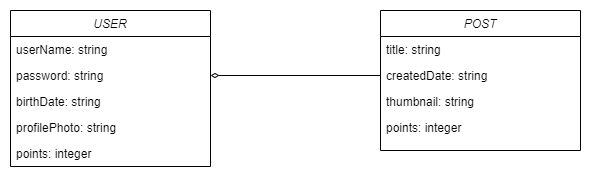
The draw.io diagram TravelGuideUML.png in UDG-TravelGuide/travel-guide-user-api, before a commit. Source tidied: cells renumbered, new cells last; positions are measured from the earlier drawing's top-left corner, leaving out a move shared by most shapes. Its diagram source:
```xml
<mxGraphModel>
  <root>
    <mxCell id="0" />
    <mxCell id="1" parent="0" />
    <mxCell id="2" value="USER" style="swimlane;fontStyle=2;align=center;verticalAlign=top;horizontal=1;startSize=26;rounded=0;shadow=0;strokeWidth=1;" parent="1" vertex="1">
      <mxGeometry width="200" height="156" as="geometry" />
    </mxCell>
    <mxCell id="3" value="userName: string" style="text;align=left;verticalAlign=top;spacingLeft=4;spacingRight=4;overflow=hidden;" parent="2" vertex="1">
      <mxGeometry y="26" width="200" height="26" as="geometry" />
    </mxCell>
    <mxCell id="4" value="password: string" style="text;align=left;verticalAlign=top;spacingLeft=4;spacingRight=4;overflow=hidden;points=[[0,0.5],[1,0.5]];portConstraint=eastwest;rounded=0;shadow=0;html=0;" parent="2" vertex="1">
      <mxGeometry y="52" width="200" height="26" as="geometry" />
    </mxCell>
    <mxCell id="5" value="birthDate: string" style="text;align=left;verticalAlign=top;spacingLeft=4;spacingRight=4;overflow=hidden;rounded=0;shadow=0;html=0;" parent="2" vertex="1">
      <mxGeometry y="78" width="200" height="26" as="geometry" />
    </mxCell>
    <mxCell id="6" value="profilePhoto: string" style="text;align=left;verticalAlign=top;spacingLeft=4;spacingRight=4;overflow=hidden;rounded=0;shadow=0;html=0;" parent="2" vertex="1">
      <mxGeometry y="104" width="200" height="26" as="geometry" />
    </mxCell>
    <mxCell id="7" value="points: integer" style="text;align=left;verticalAlign=top;spacingLeft=4;spacingRight=4;overflow=hidden;rounded=0;shadow=0;html=0;" parent="2" vertex="1">
      <mxGeometry y="130" width="200" height="26" as="geometry" />
    </mxCell>
    <mxCell id="8" value="POST" style="swimlane;fontStyle=2;align=center;verticalAlign=top;horizontal=1;startSize=26;rounded=0;shadow=0;strokeWidth=1;" parent="1" vertex="1">
      <mxGeometry x="370" width="200" height="140" as="geometry" />
    </mxCell>
    <mxCell id="9" value="title: string" style="text;align=left;verticalAlign=top;spacingLeft=4;spacingRight=4;overflow=hidden;" parent="8" vertex="1">
      <mxGeometry y="26" width="200" height="26" as="geometry" />
    </mxCell>
    <mxCell id="10" value="createdDate: string" style="text;align=left;verticalAlign=top;spacingLeft=4;spacingRight=4;overflow=hidden;points=[[0,0.5],[1,0.5]];portConstraint=eastwest;rounded=0;shadow=0;html=0;" parent="8" vertex="1">
      <mxGeometry y="52" width="200" height="26" as="geometry" />
    </mxCell>
    <mxCell id="11" value="thumbnail: string" style="text;align=left;verticalAlign=top;spacingLeft=4;spacingRight=4;overflow=hidden;rounded=0;shadow=0;html=0;" parent="8" vertex="1">
      <mxGeometry y="78" width="200" height="26" as="geometry" />
    </mxCell>
    <mxCell id="12" value="points: integer" style="text;align=left;verticalAlign=top;spacingLeft=4;spacingRight=4;overflow=hidden;rounded=0;shadow=0;html=0;" parent="8" vertex="1">
      <mxGeometry y="104" width="200" height="26" as="geometry" />
    </mxCell>
    <mxCell id="13" style="edgeStyle=orthogonalEdgeStyle;rounded=0;jettySize=auto;html=1;startArrow=diamondThin;startFill=0;sourcePerimeterSpacing=5;targetPerimeterSpacing=9;endArrow=none;endFill=0;jumpSize=14;strokeWidth=1;endSize=10;entryX=0;entryY=0.5;entryDx=0;entryDy=0;" parent="1" edge="1" target="10">
      <mxGeometry relative="1" as="geometry">
        <mxPoint x="200" y="65" as="sourcePoint" />
        <Array as="points">
          <mxPoint x="200" y="65" />
        </Array>
      </mxGeometry>
    </mxCell>
  </root>
</mxGraphModel>
```
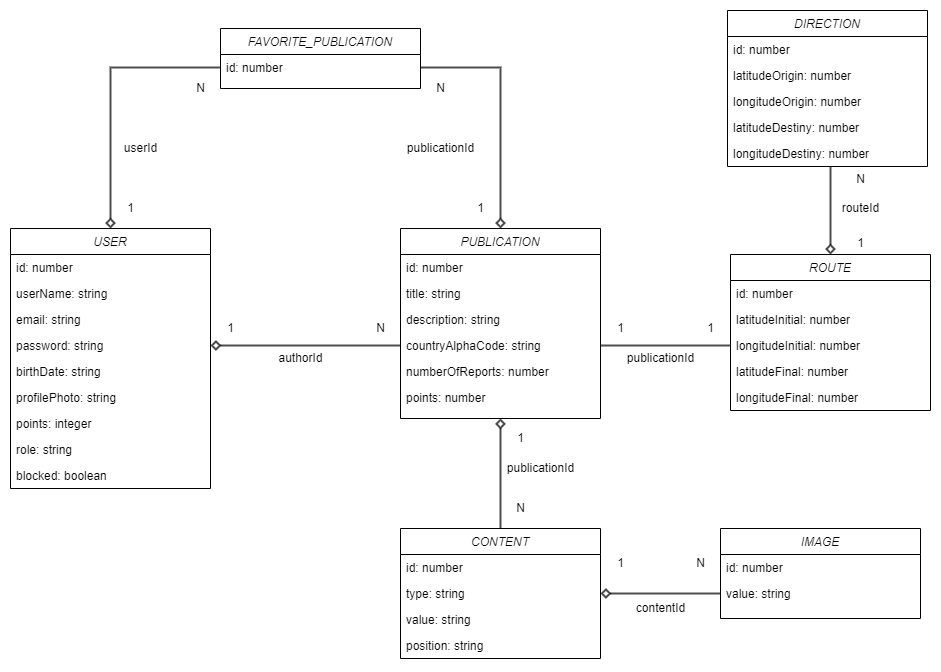
After the commit.

Commit message:
Actualitzar diagrama UML

Diff of the diagram source:
```diff
@@ -3,45 +3,205 @@
     <mxCell id="0" />
     <mxCell id="1" parent="0" />
     <mxCell id="2" value="USER" style="swimlane;fontStyle=2;align=center;verticalAlign=top;horizontal=1;startSize=26;rounded=0;shadow=0;strokeWidth=1;" parent="1" vertex="1">
-      <mxGeometry width="200" height="156" as="geometry" />
+      <mxGeometry width="200" height="260" as="geometry" />
     </mxCell>
+    <mxCell id="14" value="id: number" style="text;align=left;verticalAlign=top;spacingLeft=4;spacingRight=4;overflow=hidden;" parent="2" vertex="1">
+      <mxGeometry y="26" width="200" height="26" as="geometry" />
+    </mxCell>
     <mxCell id="3" value="userName: string" style="text;align=left;verticalAlign=top;spacingLeft=4;spacingRight=4;overflow=hidden;" parent="2" vertex="1">
-      <mxGeometry y="26" width="200" height="26" as="geometry" />
+      <mxGeometry y="52" width="200" height="26" as="geometry" />
     </mxCell>
+    <mxCell id="15" value="email: string" style="text;align=left;verticalAlign=top;spacingLeft=4;spacingRight=4;overflow=hidden;" parent="2" vertex="1">
+      <mxGeometry y="78" width="200" height="26" as="geometry" />
+    </mxCell>
     <mxCell id="4" value="password: string" style="text;align=left;verticalAlign=top;spacingLeft=4;spacingRight=4;overflow=hidden;points=[[0,0.5],[1,0.5]];portConstraint=eastwest;rounded=0;shadow=0;html=0;" parent="2" vertex="1">
-      <mxGeometry y="52" width="200" height="26" as="geometry" />
+      <mxGeometry y="104" width="200" height="26" as="geometry" />
     </mxCell>
     <mxCell id="5" value="birthDate: string" style="text;align=left;verticalAlign=top;spacingLeft=4;spacingRight=4;overflow=hidden;rounded=0;shadow=0;html=0;" parent="2" vertex="1">
-      <mxGeometry y="78" width="200" height="26" as="geometry" />
+      <mxGeometry y="130" width="200" height="26" as="geometry" />
     </mxCell>
     <mxCell id="6" value="profilePhoto: string" style="text;align=left;verticalAlign=top;spacingLeft=4;spacingRight=4;overflow=hidden;rounded=0;shadow=0;html=0;" parent="2" vertex="1">
-      <mxGeometry y="104" width="200" height="26" as="geometry" />
+      <mxGeometry y="156" width="200" height="26" as="geometry" />
     </mxCell>
     <mxCell id="7" value="points: integer" style="text;align=left;verticalAlign=top;spacingLeft=4;spacingRight=4;overflow=hidden;rounded=0;shadow=0;html=0;" parent="2" vertex="1">
-      <mxGeometry y="130" width="200" height="26" as="geometry" />
+      <mxGeometry y="182" width="200" height="26" as="geometry" />
     </mxCell>
-    <mxCell id="8" value="POST" style="swimlane;fontStyle=2;align=center;verticalAlign=top;horizontal=1;startSize=26;rounded=0;shadow=0;strokeWidth=1;" parent="1" vertex="1">
-      <mxGeometry x="370" width="200" height="140" as="geometry" />
-    </mxCell>
+    <mxCell id="16" value="role: string" style="text;align=left;verticalAlign=top;spacingLeft=4;spacingRight=4;overflow=hidden;rounded=0;shadow=0;html=0;" parent="2" vertex="1">
+      <mxGeometry y="208" width="200" height="26" as="geometry" />
+    </mxCell>
+    <mxCell id="17" value="blocked: boolean" style="text;align=left;verticalAlign=top;spacingLeft=4;spacingRight=4;overflow=hidden;rounded=0;shadow=0;html=0;" parent="2" vertex="1">
+      <mxGeometry y="234" width="200" height="26" as="geometry" />
+    </mxCell>
+    <mxCell id="18" style="edgeStyle=orthogonalEdgeStyle;rounded=0;jumpSize=3;jettySize=auto;html=1;exitX=0.5;exitY=1;exitDx=0;exitDy=0;entryX=0.5;entryY=0;entryDx=0;entryDy=0;startArrow=diamond;startFill=0;endArrow=none;endFill=0;endSize=2;targetPerimeterSpacing=0;strokeWidth=2;opacity=70;" parent="1" edge="1" source="19" target="29">
+      <mxGeometry relative="1" as="geometry" />
+    </mxCell>
+    <mxCell id="19" value="PUBLICATION" style="swimlane;fontStyle=2;align=center;verticalAlign=top;horizontal=1;startSize=26;rounded=0;shadow=0;strokeWidth=1;" parent="1" vertex="1">
+      <mxGeometry x="390" width="200" height="190" as="geometry" />
+    </mxCell>
+    <mxCell id="20" value="id: number" style="text;align=left;verticalAlign=top;spacingLeft=4;spacingRight=4;overflow=hidden;" parent="19" vertex="1">
+      <mxGeometry y="26" width="200" height="26" as="geometry" />
+    </mxCell>
-    <mxCell id="9" value="title: string" style="text;align=left;verticalAlign=top;spacingLeft=4;spacingRight=4;overflow=hidden;" parent="8" vertex="1">
-      <mxGeometry y="26" width="200" height="26" as="geometry" />
+    <mxCell id="9" value="title: string" style="text;align=left;verticalAlign=top;spacingLeft=4;spacingRight=4;overflow=hidden;" parent="19" vertex="1">
+      <mxGeometry y="52" width="200" height="26" as="geometry" />
     </mxCell>
-    <mxCell id="10" value="createdDate: string" style="text;align=left;verticalAlign=top;spacingLeft=4;spacingRight=4;overflow=hidden;points=[[0,0.5],[1,0.5]];portConstraint=eastwest;rounded=0;shadow=0;html=0;" parent="8" vertex="1">
-      <mxGeometry y="52" width="200" height="26" as="geometry" />
-    </mxCell>
-    <mxCell id="11" value="thumbnail: string" style="text;align=left;verticalAlign=top;spacingLeft=4;spacingRight=4;overflow=hidden;rounded=0;shadow=0;html=0;" parent="8" vertex="1">
-      <mxGeometry y="78" width="200" height="26" as="geometry" />
-    </mxCell>
-    <mxCell id="12" value="points: integer" style="text;align=left;verticalAlign=top;spacingLeft=4;spacingRight=4;overflow=hidden;rounded=0;shadow=0;html=0;" parent="8" vertex="1">
-      <mxGeometry y="104" width="200" height="26" as="geometry" />
-    </mxCell>
-    <mxCell id="13" style="edgeStyle=orthogonalEdgeStyle;rounded=0;jettySize=auto;html=1;startArrow=diamondThin;startFill=0;sourcePerimeterSpacing=5;targetPerimeterSpacing=9;endArrow=none;endFill=0;jumpSize=14;strokeWidth=1;endSize=10;entryX=0;entryY=0.5;entryDx=0;entryDy=0;" parent="1" edge="1" target="10">
-      <mxGeometry relative="1" as="geometry">
-        <mxPoint x="200" y="65" as="sourcePoint" />
-        <Array as="points">
-          <mxPoint x="200" y="65" />
-        </Array>
-      </mxGeometry>
-    </mxCell>
+    <mxCell id="21" value="description: string" style="text;align=left;verticalAlign=top;spacingLeft=4;spacingRight=4;overflow=hidden;" parent="19" vertex="1">
+      <mxGeometry y="78" width="200" height="26" as="geometry" />
+    </mxCell>
+    <mxCell id="22" value="countryAlphaCode: string" style="text;align=left;verticalAlign=top;spacingLeft=4;spacingRight=4;overflow=hidden;points=[[0,0.5],[1,0.5]];portConstraint=eastwest;rounded=0;shadow=0;html=0;" parent="19" vertex="1">
+      <mxGeometry y="104" width="200" height="26" as="geometry" />
+    </mxCell>
+    <mxCell id="23" value="numberOfReports: number" style="text;align=left;verticalAlign=top;spacingLeft=4;spacingRight=4;overflow=hidden;rounded=0;shadow=0;html=0;" parent="19" vertex="1">
+      <mxGeometry y="130" width="200" height="26" as="geometry" />
+    </mxCell>
+    <mxCell id="24" value="points: number" style="text;align=left;verticalAlign=top;spacingLeft=4;spacingRight=4;overflow=hidden;rounded=0;shadow=0;html=0;" parent="19" vertex="1">
+      <mxGeometry y="156" width="200" height="26" as="geometry" />
+    </mxCell>
+    <mxCell id="25" style="edgeStyle=orthogonalEdgeStyle;rounded=0;jettySize=auto;html=1;exitX=1;exitY=0.5;exitDx=0;exitDy=0;entryX=0;entryY=0.5;entryDx=0;entryDy=0;endArrow=none;endFill=0;startArrow=diamond;startFill=0;targetPerimeterSpacing=0;endSize=2;strokeWidth=2;jumpSize=3;opacity=70;" parent="1" edge="1" source="4" target="22">
+      <mxGeometry relative="1" as="geometry" />
+    </mxCell>
+    <mxCell id="26" value="1" style="text;html=1;align=center;verticalAlign=middle;strokeColor=none;fillColor=none;" parent="1" vertex="1">
+      <mxGeometry x="210" y="90" width="20" height="20" as="geometry" />
+    </mxCell>
+    <mxCell id="27" value="N" style="text;html=1;align=center;verticalAlign=middle;strokeColor=none;fillColor=none;" parent="1" vertex="1">
+      <mxGeometry x="360" y="90" width="20" height="20" as="geometry" />
+    </mxCell>
+    <mxCell id="28" value="authorId" style="text;html=1;align=center;verticalAlign=middle;strokeColor=none;fillColor=none;" parent="1" vertex="1">
+      <mxGeometry x="260" y="120" width="60" height="20" as="geometry" />
+    </mxCell>
+    <mxCell id="29" value="CONTENT" style="swimlane;fontStyle=2;align=center;verticalAlign=top;horizontal=1;startSize=26;rounded=0;shadow=0;strokeWidth=1;" parent="1" vertex="1">
+      <mxGeometry x="390" y="300" width="200" height="130" as="geometry" />
+    </mxCell>
+    <mxCell id="30" value="id: number" style="text;align=left;verticalAlign=top;spacingLeft=4;spacingRight=4;overflow=hidden;" parent="29" vertex="1">
+      <mxGeometry y="26" width="200" height="26" as="geometry" />
+    </mxCell>
+    <mxCell id="31" value="type: string" style="text;align=left;verticalAlign=top;spacingLeft=4;spacingRight=4;overflow=hidden;points=[[0,0.5],[1,0.5]];portConstraint=eastwest;" parent="29" vertex="1">
+      <mxGeometry y="52" width="200" height="26" as="geometry" />
+    </mxCell>
+    <mxCell id="32" value="value: string" style="text;align=left;verticalAlign=top;spacingLeft=4;spacingRight=4;overflow=hidden;" parent="29" vertex="1">
+      <mxGeometry y="78" width="200" height="26" as="geometry" />
+    </mxCell>
+    <mxCell id="33" value="position: string" style="text;align=left;verticalAlign=top;spacingLeft=4;spacingRight=4;overflow=hidden;rounded=0;shadow=0;html=0;" parent="29" vertex="1">
+      <mxGeometry y="104" width="200" height="26" as="geometry" />
+    </mxCell>
+    <mxCell id="34" value="1" style="text;html=1;align=center;verticalAlign=middle;strokeColor=none;fillColor=none;" parent="1" vertex="1">
+      <mxGeometry x="500" y="200" width="20" height="20" as="geometry" />
+    </mxCell>
+    <mxCell id="35" value="N" style="text;html=1;align=center;verticalAlign=middle;strokeColor=none;fillColor=none;" parent="1" vertex="1">
+      <mxGeometry x="500" y="270" width="20" height="20" as="geometry" />
+    </mxCell>
+    <mxCell id="36" value="publicationId" style="text;html=1;align=center;verticalAlign=middle;strokeColor=none;fillColor=none;" parent="1" vertex="1">
+      <mxGeometry x="490" y="230" width="80" height="20" as="geometry" />
+    </mxCell>
+    <mxCell id="37" value="FAVORITE_PUBLICATION" style="swimlane;fontStyle=2;align=center;verticalAlign=top;horizontal=1;startSize=26;rounded=0;shadow=0;strokeWidth=1;" parent="1" vertex="1">
+      <mxGeometry x="210" y="-200" width="200" height="60" as="geometry" />
+    </mxCell>
+    <mxCell id="38" value="id: number" style="text;align=left;verticalAlign=top;spacingLeft=4;spacingRight=4;overflow=hidden;points=[[0,0.5],[1,0.5]];portConstraint=eastwest;" parent="37" vertex="1">
+      <mxGeometry y="26" width="200" height="26" as="geometry" />
+    </mxCell>
+    <mxCell id="39" value="1" style="text;html=1;align=center;verticalAlign=middle;strokeColor=none;fillColor=none;" parent="1" vertex="1">
+      <mxGeometry x="110" y="-30" width="20" height="20" as="geometry" />
+    </mxCell>
+    <mxCell id="40" value="N" style="text;html=1;align=center;verticalAlign=middle;strokeColor=none;fillColor=none;" parent="1" vertex="1">
+      <mxGeometry x="180" y="-150" width="20" height="20" as="geometry" />
+    </mxCell>
+    <mxCell id="41" value="userId" style="text;html=1;align=center;verticalAlign=middle;strokeColor=none;fillColor=none;" parent="1" vertex="1">
+      <mxGeometry x="105" y="-90" width="50" height="20" as="geometry" />
+    </mxCell>
+    <mxCell id="42" style="edgeStyle=orthogonalEdgeStyle;rounded=0;jettySize=auto;html=1;exitX=0.5;exitY=0;exitDx=0;exitDy=0;entryX=0;entryY=0.5;entryDx=0;entryDy=0;endArrow=none;endFill=0;startArrow=diamond;startFill=0;targetPerimeterSpacing=0;endSize=2;strokeWidth=2;jumpSize=3;opacity=70;" parent="1" edge="1" source="2" target="38">
+      <mxGeometry relative="1" as="geometry" />
+    </mxCell>
+    <mxCell id="43" style="edgeStyle=orthogonalEdgeStyle;rounded=0;jettySize=auto;html=1;exitX=0.5;exitY=0;exitDx=0;exitDy=0;entryX=1;entryY=0.5;entryDx=0;entryDy=0;endArrow=none;endFill=0;startArrow=diamond;startFill=0;targetPerimeterSpacing=0;endSize=2;strokeWidth=2;jumpSize=3;opacity=70;" parent="1" edge="1" source="19" target="38">
+      <mxGeometry relative="1" as="geometry" />
+    </mxCell>
+    <mxCell id="44" value="1" style="text;html=1;align=center;verticalAlign=middle;strokeColor=none;fillColor=none;" parent="1" vertex="1">
+      <mxGeometry x="460" y="-30" width="20" height="20" as="geometry" />
+    </mxCell>
+    <mxCell id="45" value="N" style="text;html=1;align=center;verticalAlign=middle;strokeColor=none;fillColor=none;" parent="1" vertex="1">
+      <mxGeometry x="420" y="-150" width="20" height="20" as="geometry" />
+    </mxCell>
+    <mxCell id="46" value="publicationId" style="text;html=1;align=center;verticalAlign=middle;strokeColor=none;fillColor=none;" parent="1" vertex="1">
+      <mxGeometry x="390" y="-90" width="80" height="20" as="geometry" />
+    </mxCell>
+    <mxCell id="47" value="IMAGE" style="swimlane;fontStyle=2;align=center;verticalAlign=top;horizontal=1;startSize=26;rounded=0;shadow=0;strokeWidth=1;" parent="1" vertex="1">
+      <mxGeometry x="710" y="300" width="200" height="90" as="geometry" />
+    </mxCell>
+    <mxCell id="48" value="id: number" style="text;align=left;verticalAlign=top;spacingLeft=4;spacingRight=4;overflow=hidden;" parent="47" vertex="1">
+      <mxGeometry y="26" width="200" height="26" as="geometry" />
+    </mxCell>
+    <mxCell id="49" value="value: string" style="text;align=left;verticalAlign=top;spacingLeft=4;spacingRight=4;overflow=hidden;points=[[0,0.5],[1,0.5]];portConstraint=eastwest;" parent="47" vertex="1">
+      <mxGeometry y="52" width="200" height="26" as="geometry" />
+    </mxCell>
+    <mxCell id="50" style="edgeStyle=orthogonalEdgeStyle;rounded=0;jumpSize=3;jettySize=auto;html=1;exitX=1;exitY=0.5;exitDx=0;exitDy=0;entryX=0;entryY=0.5;entryDx=0;entryDy=0;startArrow=diamond;startFill=0;endArrow=none;endFill=0;endSize=2;targetPerimeterSpacing=0;strokeWidth=2;opacity=70;" parent="1" edge="1" source="31" target="49">
+      <mxGeometry relative="1" as="geometry" />
+    </mxCell>
+    <mxCell id="51" value="1" style="text;html=1;align=center;verticalAlign=middle;strokeColor=none;fillColor=none;" parent="1" vertex="1">
+      <mxGeometry x="600" y="325" width="20" height="20" as="geometry" />
+    </mxCell>
+    <mxCell id="52" value="N" style="text;html=1;align=center;verticalAlign=middle;strokeColor=none;fillColor=none;" parent="1" vertex="1">
+      <mxGeometry x="680" y="325" width="20" height="20" as="geometry" />
+    </mxCell>
+    <mxCell id="53" value="contentId" style="text;html=1;align=center;verticalAlign=middle;strokeColor=none;fillColor=none;" parent="1" vertex="1">
+      <mxGeometry x="620" y="370" width="60" height="20" as="geometry" />
+    </mxCell>
+    <mxCell id="54" value="ROUTE" style="swimlane;fontStyle=2;align=center;verticalAlign=top;horizontal=1;startSize=26;rounded=0;shadow=0;strokeWidth=1;" parent="1" vertex="1">
+      <mxGeometry x="720" y="26" width="200" height="156" as="geometry" />
+    </mxCell>
+    <mxCell id="55" value="id: number" style="text;align=left;verticalAlign=top;spacingLeft=4;spacingRight=4;overflow=hidden;" parent="54" vertex="1">
+      <mxGeometry y="26" width="200" height="26" as="geometry" />
+    </mxCell>
+    <mxCell id="56" value="latitudeInitial: number" style="text;align=left;verticalAlign=top;spacingLeft=4;spacingRight=4;overflow=hidden;" parent="54" vertex="1">
+      <mxGeometry y="52" width="200" height="26" as="geometry" />
+    </mxCell>
+    <mxCell id="57" value="longitudeInitial: number" style="text;align=left;verticalAlign=top;spacingLeft=4;spacingRight=4;overflow=hidden;points=[[0,0.5],[1,0.5]];portConstraint=eastwest;" parent="54" vertex="1">
+      <mxGeometry y="78" width="200" height="26" as="geometry" />
+    </mxCell>
+    <mxCell id="58" value="latitudeFinal: number" style="text;align=left;verticalAlign=top;spacingLeft=4;spacingRight=4;overflow=hidden;rounded=0;shadow=0;html=0;" parent="54" vertex="1">
+      <mxGeometry y="104" width="200" height="26" as="geometry" />
+    </mxCell>
+    <mxCell id="59" value="longitudeFinal: number" style="text;align=left;verticalAlign=top;spacingLeft=4;spacingRight=4;overflow=hidden;rounded=0;shadow=0;html=0;" parent="54" vertex="1">
+      <mxGeometry y="130" width="200" height="26" as="geometry" />
+    </mxCell>
+    <mxCell id="60" value="1" style="text;html=1;align=center;verticalAlign=middle;strokeColor=none;fillColor=none;" parent="1" vertex="1">
+      <mxGeometry x="600" y="90" width="20" height="20" as="geometry" />
+    </mxCell>
+    <mxCell id="61" value="1" style="text;html=1;align=center;verticalAlign=middle;strokeColor=none;fillColor=none;" parent="1" vertex="1">
+      <mxGeometry x="690" y="90" width="20" height="20" as="geometry" />
+    </mxCell>
+    <mxCell id="62" style="edgeStyle=orthogonalEdgeStyle;rounded=0;jumpSize=3;jettySize=auto;html=1;exitX=1;exitY=0.5;exitDx=0;exitDy=0;startArrow=none;startFill=0;endArrow=none;endFill=0;endSize=2;targetPerimeterSpacing=0;strokeWidth=2;opacity=70;" parent="1" edge="1" source="22" target="57">
+      <mxGeometry relative="1" as="geometry" />
+    </mxCell>
+    <mxCell id="63" value="publicationId" style="text;html=1;align=center;verticalAlign=middle;strokeColor=none;fillColor=none;" parent="1" vertex="1">
+      <mxGeometry x="610" y="120" width="80" height="20" as="geometry" />
+    </mxCell>
+    <mxCell id="64" value="DIRECTION" style="swimlane;fontStyle=2;align=center;verticalAlign=top;horizontal=1;startSize=26;rounded=0;shadow=0;strokeWidth=1;" parent="1" vertex="1">
+      <mxGeometry x="717" y="-218" width="200" height="156" as="geometry" />
+    </mxCell>
+    <mxCell id="65" value="id: number" style="text;align=left;verticalAlign=top;spacingLeft=4;spacingRight=4;overflow=hidden;" parent="64" vertex="1">
+      <mxGeometry y="26" width="200" height="26" as="geometry" />
+    </mxCell>
+    <mxCell id="66" value="latitudeOrigin: number" style="text;align=left;verticalAlign=top;spacingLeft=4;spacingRight=4;overflow=hidden;" parent="64" vertex="1">
+      <mxGeometry y="52" width="200" height="26" as="geometry" />
+    </mxCell>
+    <mxCell id="67" value="longitudeOrigin: number" style="text;align=left;verticalAlign=top;spacingLeft=4;spacingRight=4;overflow=hidden;" parent="64" vertex="1">
+      <mxGeometry y="78" width="200" height="26" as="geometry" />
+    </mxCell>
+    <mxCell id="68" value="latitudeDestiny: number" style="text;align=left;verticalAlign=top;spacingLeft=4;spacingRight=4;overflow=hidden;rounded=0;shadow=0;html=0;" parent="64" vertex="1">
+      <mxGeometry y="104" width="200" height="26" as="geometry" />
+    </mxCell>
+    <mxCell id="69" value="longitudeDestiny: number" style="text;align=left;verticalAlign=top;spacingLeft=4;spacingRight=4;overflow=hidden;points=[[0,0.5],[1,0.5]];portConstraint=eastwest;rounded=0;shadow=0;html=0;" parent="64" vertex="1">
+      <mxGeometry y="130" width="200" height="26" as="geometry" />
+    </mxCell>
+    <mxCell id="70" style="edgeStyle=orthogonalEdgeStyle;rounded=0;jumpSize=3;jettySize=auto;html=1;exitX=0.5;exitY=0;exitDx=0;exitDy=0;startArrow=diamond;startFill=0;endArrow=none;endFill=0;endSize=2;targetPerimeterSpacing=0;strokeWidth=2;opacity=70;entryX=0.515;entryY=1;entryDx=0;entryDy=0;entryPerimeter=0;" parent="1" edge="1" source="54" target="69">
+      <mxGeometry relative="1" as="geometry" />
+    </mxCell>
+    <mxCell id="71" value="1" style="text;html=1;align=center;verticalAlign=middle;strokeColor=none;fillColor=none;" parent="1" vertex="1">
+      <mxGeometry x="840" y="5" width="20" height="20" as="geometry" />
+    </mxCell>
+    <mxCell id="72" value="N" style="text;html=1;align=center;verticalAlign=middle;strokeColor=none;fillColor=none;" parent="1" vertex="1">
+      <mxGeometry x="840" y="-59" width="20" height="20" as="geometry" />
+    </mxCell>
+    <mxCell id="73" value="routeId" style="text;html=1;align=center;verticalAlign=middle;strokeColor=none;fillColor=none;" parent="1" vertex="1">
+      <mxGeometry x="825" y="-30" width="50" height="20" as="geometry" />
+    </mxCell>
   </root>
 </mxGraphModel>
```
